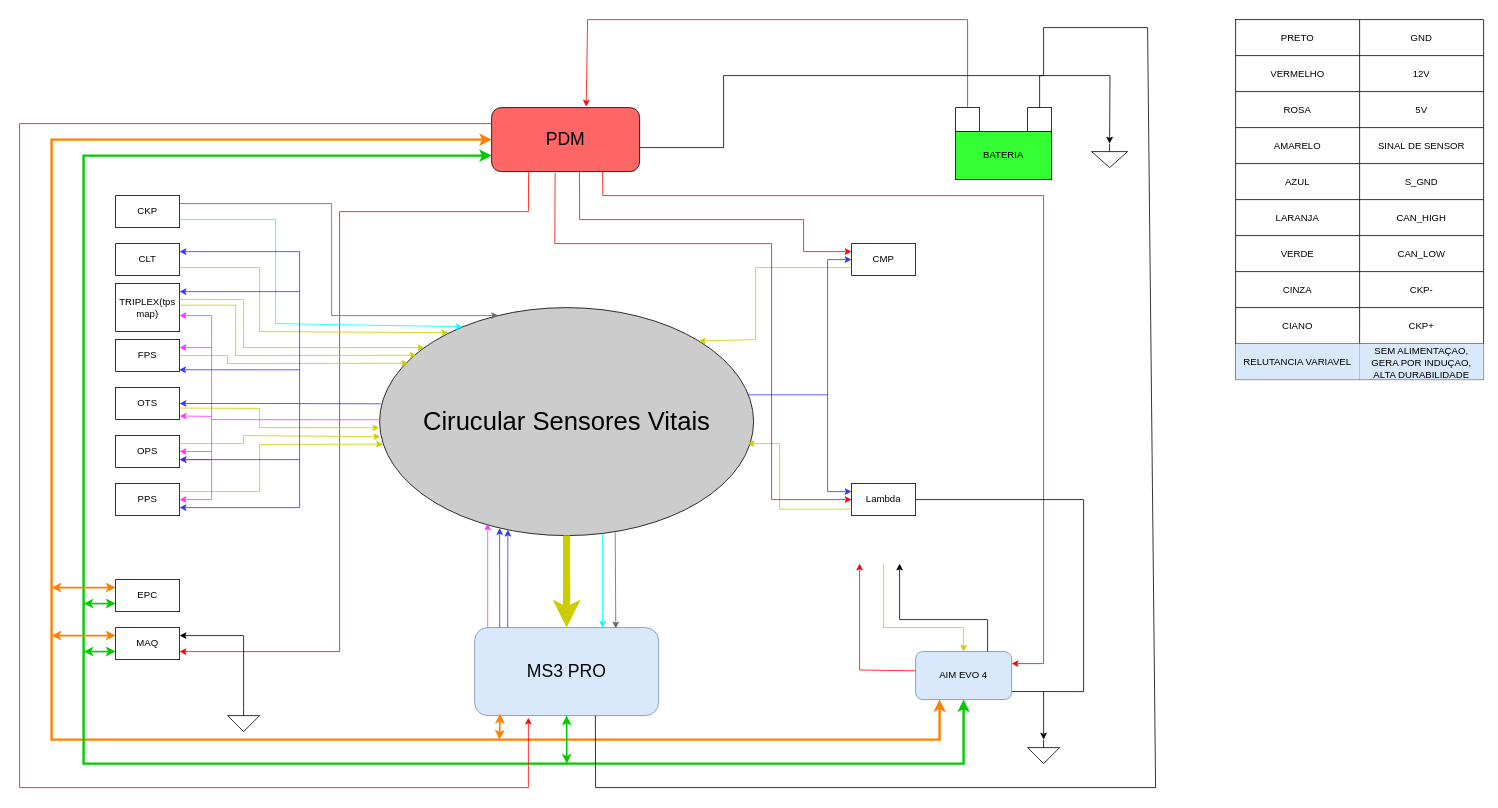
Earlier version of the draw.io diagram MalhaSensores_Mesa.drawio (tutorres/FormulaMM). Source tidied: cells renumbered, new cells numbered last; positions are measured from the earlier drawing's top-left corner, leaving out a move shared by most shapes. Both pictures are drawn from the tidied source at 80%, with x=0, y=0 at pixel (19, 19).
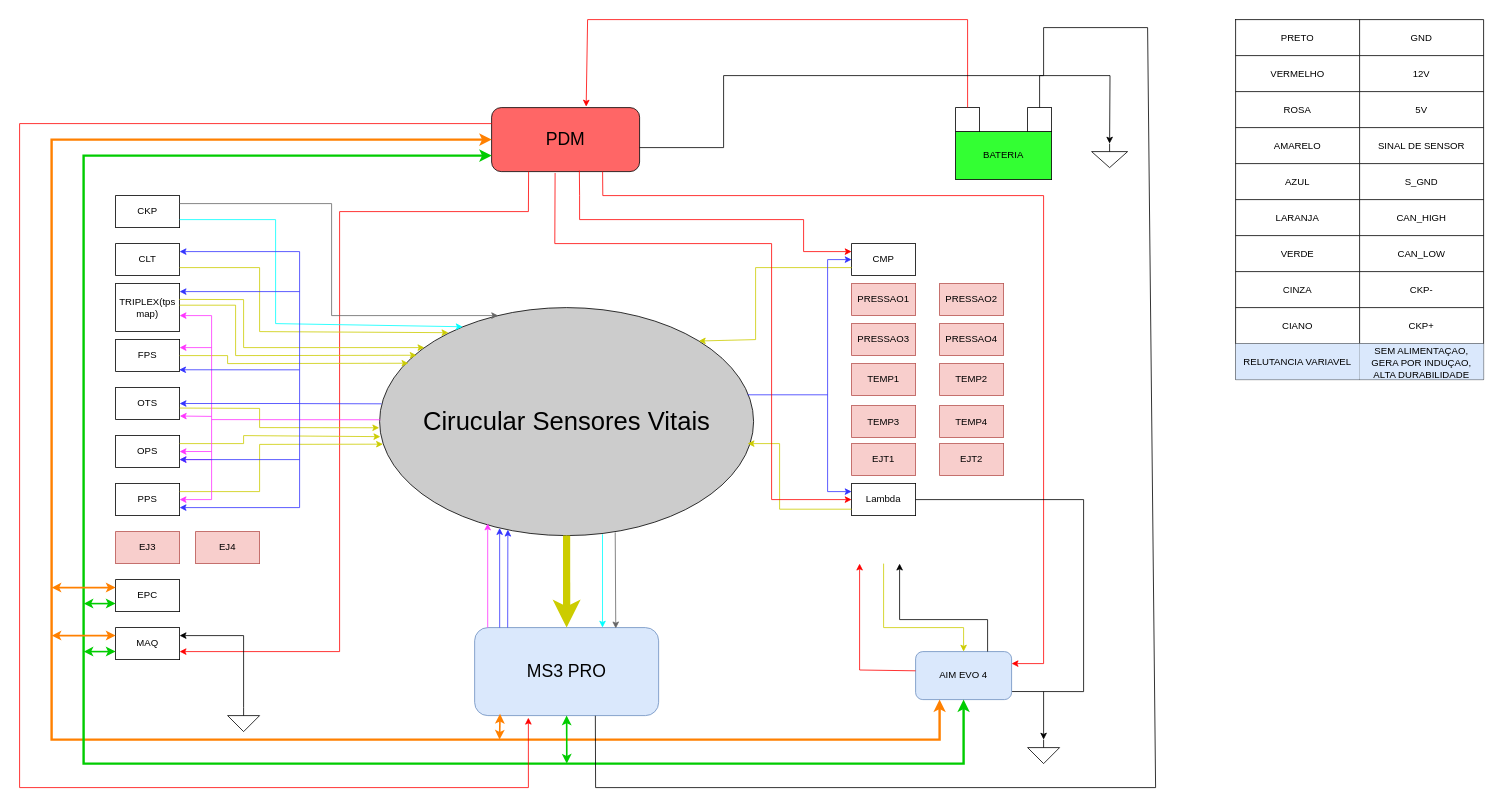
The same diagram, later.

The edit, as a diff of the source:
```diff
@@
+    <mxCell id="120" value="PRESSAO1" style="rounded=0;whiteSpace=wrap;html=1;fillColor=#f8cecc;strokeColor=#b85450;" parent="1" vertex="1">
+      <mxGeometry x="1040" y="330" width="80" height="40" as="geometry" />
+    </mxCell>
+    <mxCell id="121" value="PRESSAO2" style="rounded=0;whiteSpace=wrap;html=1;fillColor=#f8cecc;strokeColor=#b85450;" parent="1" vertex="1">
+      <mxGeometry x="1150" y="330" width="80" height="40" as="geometry" />
+    </mxCell>
+    <mxCell id="122" value="PRESSAO3" style="rounded=0;whiteSpace=wrap;html=1;fillColor=#f8cecc;strokeColor=#b85450;" parent="1" vertex="1">
+      <mxGeometry x="1040" y="380" width="80" height="40" as="geometry" />
+    </mxCell>
+    <mxCell id="123" value="PRESSAO4" style="rounded=0;whiteSpace=wrap;html=1;fillColor=#f8cecc;strokeColor=#b85450;" parent="1" vertex="1">
+      <mxGeometry x="1150" y="380" width="80" height="40" as="geometry" />
+    </mxCell>
+    <mxCell id="124" value="TEMP1" style="rounded=0;whiteSpace=wrap;html=1;fillColor=#f8cecc;strokeColor=#b85450;" parent="1" vertex="1">
+      <mxGeometry x="1040" y="430" width="80" height="40" as="geometry" />
+    </mxCell>
+    <mxCell id="125" value="TEMP2" style="rounded=0;whiteSpace=wrap;html=1;fillColor=#f8cecc;strokeColor=#b85450;" parent="1" vertex="1">
+      <mxGeometry x="1150" y="430" width="80" height="40" as="geometry" />
+    </mxCell>
+    <mxCell id="126" value="TEMP3" style="rounded=0;whiteSpace=wrap;html=1;fillColor=#f8cecc;strokeColor=#b85450;" parent="1" vertex="1">
+      <mxGeometry x="1040" y="482.5" width="80" height="40" as="geometry" />
+    </mxCell>
+    <mxCell id="127" value="TEMP4" style="rounded=0;whiteSpace=wrap;html=1;fillColor=#f8cecc;strokeColor=#b85450;" parent="1" vertex="1">
+      <mxGeometry x="1150" y="482.5" width="80" height="40" as="geometry" />
+    </mxCell>
+    <mxCell id="128" value="EJT1" style="rounded=0;whiteSpace=wrap;html=1;fillColor=#f8cecc;strokeColor=#b85450;" parent="1" vertex="1">
+      <mxGeometry x="1040" y="530" width="80" height="40" as="geometry" />
+    </mxCell>
+    <mxCell id="129" value="EJT2" style="rounded=0;whiteSpace=wrap;html=1;fillColor=#f8cecc;strokeColor=#b85450;" parent="1" vertex="1">
+      <mxGeometry x="1150" y="530" width="80" height="40" as="geometry" />
+    </mxCell>
+    <mxCell id="130" value="EJ3" style="rounded=0;whiteSpace=wrap;html=1;fillColor=#f8cecc;strokeColor=#b85450;" parent="1" vertex="1">
+      <mxGeometry x="120" y="640" width="80" height="40" as="geometry" />
+    </mxCell>
+    <mxCell id="131" value="EJ4" style="rounded=0;whiteSpace=wrap;html=1;fillColor=#f8cecc;strokeColor=#b85450;" parent="1" vertex="1">
+      <mxGeometry x="220" y="640" width="80" height="40" as="geometry" />
+    </mxCell>
```
